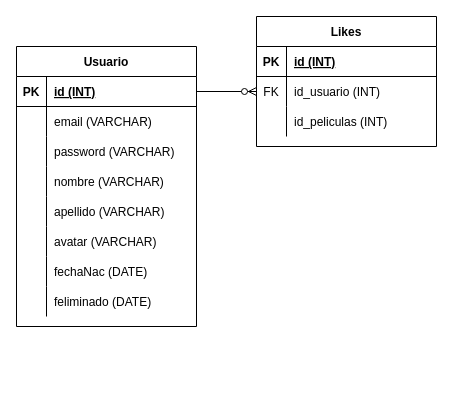
Above: db.drawio in eudemonologia/Teatralidad-laravel (draw.io), before the change. Source tidied: cells renumbered, new cells numbered last; positions are measured from the earlier drawing's top-left corner, leaving out a move shared by most shapes. Both pictures are drawn from the tidied source at 100%, with x=0, y=0 at pixel (16, 16).
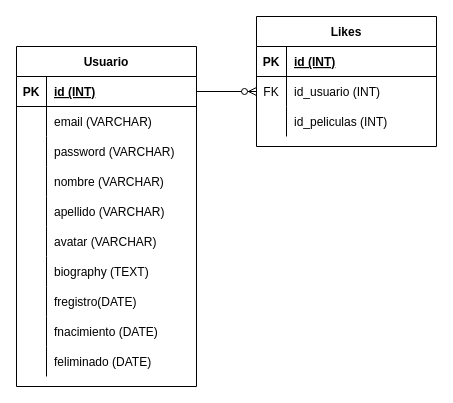
After the change.

The edit, as a diff of the source:
```diff
@@
     <mxCell id="2" value="Usuario" style="shape=table;startSize=30;childLayout=tableLayout;rowLines=0;fontStyle=1;align=center;" parent="1" vertex="1">
-      <mxGeometry y="30" width="180" height="280" as="geometry" />
+      <mxGeometry y="30" width="180" height="340" as="geometry" />
     </mxCell>
@@
+    <mxCell id="38" style="shape=partialRectangle;fillColor=none;top=0;left=0;bottom=0;right=0;" parent="2" vertex="1">
+      <mxGeometry y="210" width="180" height="30" as="geometry" />
+    </mxCell>
+    <mxCell id="39" style="shape=partialRectangle;fillColor=none;top=0;left=0;bottom=0;right=0;overflow=hidden;" parent="38" vertex="1">
+      <mxGeometry width="30" height="30" as="geometry" />
+    </mxCell>
+    <mxCell id="40" value="biography (TEXT)" style="shape=partialRectangle;fillColor=none;top=0;left=0;bottom=0;right=0;align=left;spacingLeft=6;overflow=hidden;" parent="38" vertex="1">
+      <mxGeometry x="30" width="150" height="30" as="geometry" />
+    </mxCell>
+    <mxCell id="41" style="shape=partialRectangle;fillColor=none;top=0;left=0;bottom=0;right=0;" parent="2" vertex="1">
+      <mxGeometry y="240" width="180" height="30" as="geometry" />
+    </mxCell>
+    <mxCell id="42" style="shape=partialRectangle;fillColor=none;top=0;left=0;bottom=0;right=0;overflow=hidden;" parent="41" vertex="1">
+      <mxGeometry width="30" height="30" as="geometry" />
+    </mxCell>
+    <mxCell id="43" value="fregistro(DATE)" style="shape=partialRectangle;fillColor=none;top=0;left=0;bottom=0;right=0;align=left;spacingLeft=6;overflow=hidden;" parent="41" vertex="1">
+      <mxGeometry x="30" width="150" height="30" as="geometry" />
+    </mxCell>
     <mxCell id="21" style="shape=partialRectangle;fillColor=none;top=0;left=0;bottom=0;right=0;" parent="2" vertex="1">
-      <mxGeometry y="210" width="180" height="30" as="geometry" />
+      <mxGeometry y="270" width="180" height="30" as="geometry" />
     </mxCell>
@@
-    <mxCell id="23" value="fechaNac (DATE)" style="shape=partialRectangle;fillColor=none;top=0;left=0;bottom=0;right=0;align=left;spacingLeft=6;overflow=hidden;" parent="21" vertex="1">
+    <mxCell id="23" value="fnacimiento (DATE)" style="shape=partialRectangle;fillColor=none;top=0;left=0;bottom=0;right=0;align=left;spacingLeft=6;overflow=hidden;" parent="21" vertex="1">
       <mxGeometry x="30" width="150" height="30" as="geometry" />
     </mxCell>
     <mxCell id="24" style="shape=partialRectangle;fillColor=none;top=0;left=0;bottom=0;right=0;" parent="2" vertex="1">
-      <mxGeometry y="240" width="180" height="30" as="geometry" />
+      <mxGeometry y="300" width="180" height="30" as="geometry" />
     </mxCell>
```
